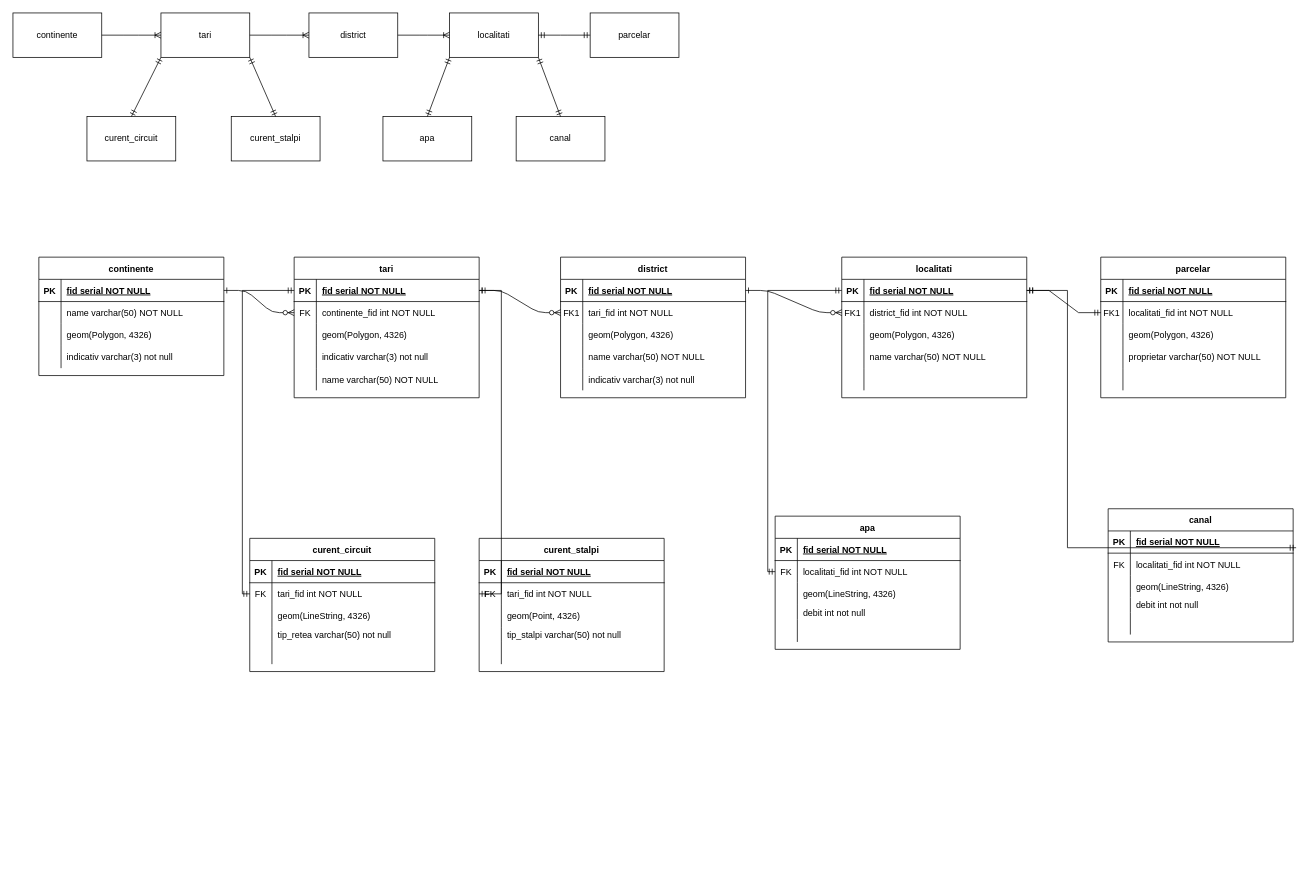
This is spatial_db.drawio from vitorjurj/Databases, a draw.io file, before an edit. Source tidied: cells renumbered, new cells numbered last; positions are measured from the earlier drawing's top-left corner, leaving out a move shared by most shapes. Both pictures are drawn from the tidied source at 74%, with x=0, y=0 at pixel (13, 13).
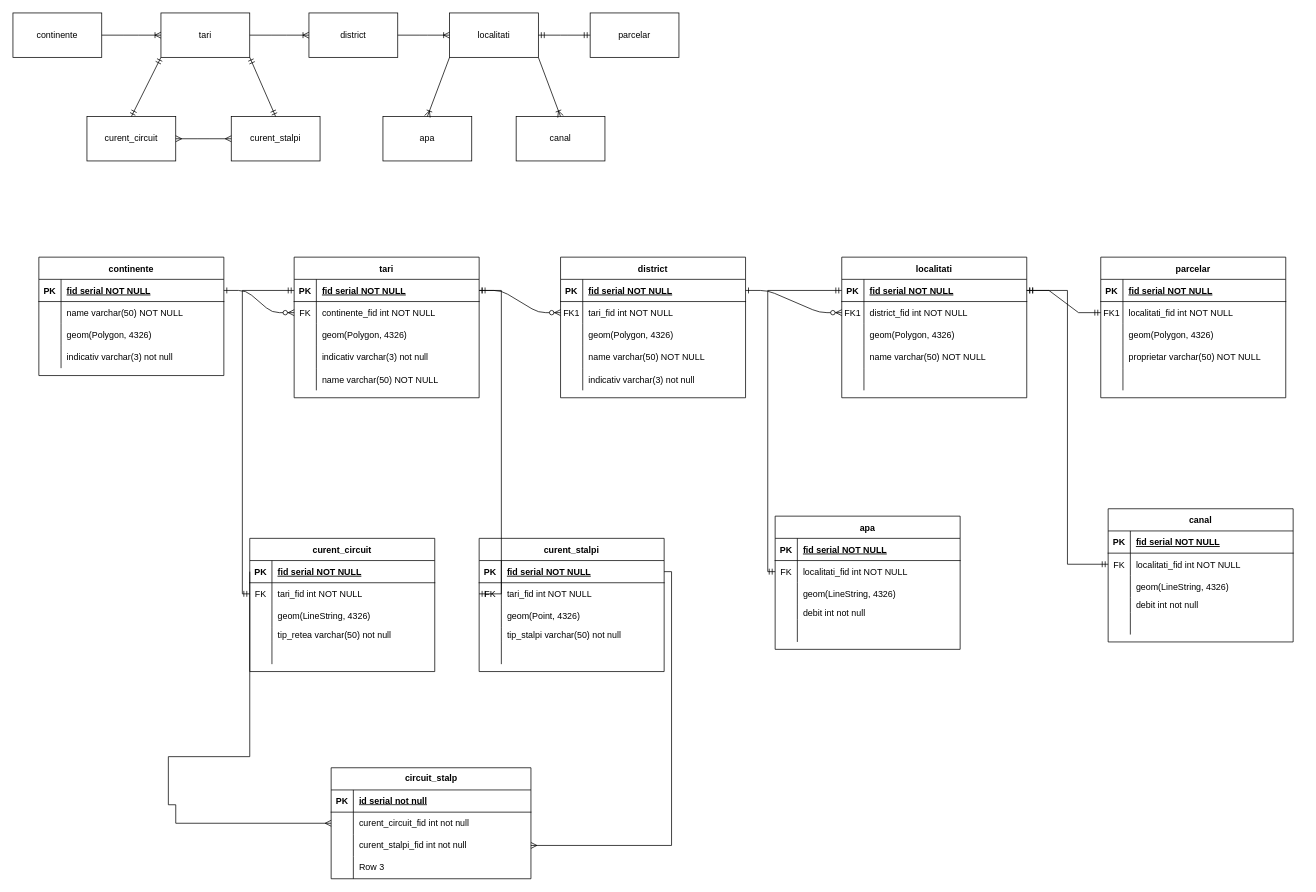
The same page after the edit.

The change refers to these unchanged cells:
```xml
<mxCell id="52" value="localitati" style="rounded=0;whiteSpace=wrap;html=1;" parent="1" vertex="1">
  <mxGeometry x="590" width="120" height="60" as="geometry" />
</mxCell>
<mxCell id="54" value="apa" style="rounded=0;whiteSpace=wrap;html=1;" parent="1" vertex="1">
  <mxGeometry x="500" y="140" width="120" height="60" as="geometry" />
</mxCell>
<mxCell id="56" value="canal" style="rounded=0;whiteSpace=wrap;html=1;" parent="1" vertex="1">
  <mxGeometry x="680" y="140" width="120" height="60" as="geometry" />
</mxCell>
<mxCell id="57" value="curent_circuit" style="rounded=0;whiteSpace=wrap;html=1;" parent="1" vertex="1">
  <mxGeometry x="100" y="140" width="120" height="60" as="geometry" />
</mxCell>
<mxCell id="58" value="curent_stalpi" style="rounded=0;whiteSpace=wrap;html=1;" parent="1" vertex="1">
  <mxGeometry x="295" y="140" width="120" height="60" as="geometry" />
</mxCell>
<mxCell id="67" style="shape=partialRectangle;fillColor=none;points=[[0,0.5],[1,0.5]];portConstraint=eastwest;top=0;left=0;right=0;bottom=1;" parent="66" vertex="1">
  <mxGeometry y="30" width="250" height="30" as="geometry" />
</mxCell>
<mxCell id="101" style="shape=partialRectangle;fillColor=none;points=[[0,0.5],[1,0.5]];portConstraint=eastwest;top=0;left=0;right=0;bottom=1;" parent="100" vertex="1">
  <mxGeometry y="30" width="250" height="30" as="geometry" />
</mxCell>
<mxCell id="117" style="shape=partialRectangle;fillColor=none;points=[[0,0.5],[1,0.5]];portConstraint=eastwest;top=0;left=0;right=0;bottom=1;" parent="116" vertex="1">
  <mxGeometry y="30" width="250" height="30" as="geometry" />
</mxCell>
<mxCell id="135" style="shape=partialRectangle;fillColor=none;points=[[0,0.5],[1,0.5]];portConstraint=eastwest;top=0;left=0;right=0;bottom=1;" parent="134" vertex="1">
  <mxGeometry y="30" width="250" height="30" as="geometry" />
</mxCell>
<mxCell id="138" style="shape=partialRectangle;fillColor=none;points=[[0,0.5],[1,0.5]];portConstraint=eastwest;top=0;left=0;right=0;bottom=0;" parent="134" vertex="1">
  <mxGeometry y="60" width="250" height="30" as="geometry" />
</mxCell>
```

What changed in the source:
```diff
@@
-    <mxCell id="62" style="fontSize=12;html=1;endArrow=ERmandOne;startArrow=ERmandOne;rounded=0;entryX=0;entryY=1;entryDx=0;entryDy=0;exitX=0.5;exitY=0;exitDx=0;exitDy=0;" parent="1" edge="1" source="54" target="52">
-      <mxGeometry relative="1" as="geometry" />
-    </mxCell>
-    <mxCell id="63" style="fontSize=12;html=1;endArrow=ERmandOne;startArrow=ERmandOne;rounded=0;entryX=1;entryY=1;entryDx=0;entryDy=0;exitX=0.5;exitY=0;exitDx=0;exitDy=0;" parent="1" edge="1" source="56" target="52">
-      <mxGeometry relative="1" as="geometry" />
-    </mxCell>
@@
-    <mxCell id="167" style="edgeStyle=orthogonalEdgeStyle;fontSize=12;html=1;endArrow=ERmandOne;startArrow=ERmandOne;rounded=0;entryX=1;entryY=0.5;entryDx=0;entryDy=0;exitX=1.016;exitY=0.756;exitDx=0;exitDy=0;elbow=vertical;exitPerimeter=0;" parent="1" edge="1" source="135" target="67">
+    <mxCell id="167" style="edgeStyle=orthogonalEdgeStyle;fontSize=12;html=1;endArrow=ERmandOne;startArrow=ERmandOne;rounded=0;entryX=1;entryY=0.5;entryDx=0;entryDy=0;exitX=0;exitY=0.5;exitDx=0;exitDy=0;elbow=vertical;" parent="1" edge="1" source="138" target="67">
       <mxGeometry relative="1" as="geometry" />
     </mxCell>
+    <mxCell id="168" style="fontSize=12;html=1;endArrow=ERoneToMany;rounded=0;exitX=0;exitY=1;exitDx=0;exitDy=0;entryX=0.5;entryY=0;entryDx=0;entryDy=0;" parent="1" edge="1" source="52" target="54">
+      <mxGeometry relative="1" as="geometry" />
+    </mxCell>
+    <mxCell id="169" style="fontSize=12;html=1;endArrow=ERoneToMany;rounded=0;exitX=1;exitY=1;exitDx=0;exitDy=0;entryX=0.5;entryY=0;entryDx=0;entryDy=0;" parent="1" edge="1" source="52" target="56">
+      <mxGeometry relative="1" as="geometry" />
+    </mxCell>
+    <mxCell id="170" value="circuit_stalp" style="shape=table;startSize=30;childLayout=tableLayout;rowLines=0;fontStyle=1;align=center;html=1;" parent="1" vertex="1">
+      <mxGeometry x="430" y="1020" width="270" height="150" as="geometry" />
+    </mxCell>
+    <mxCell id="171" style="shape=tableRow;horizontal=0;startSize=0;swimlaneHead=0;swimlaneBody=0;fillColor=none;top=0;left=0;right=0;bottom=1;" parent="170" vertex="1">
+      <mxGeometry y="30" width="270" height="30" as="geometry" />
+    </mxCell>
+    <mxCell id="172" value="PK" style="shape=partialRectangle;fillColor=none;top=0;left=0;bottom=0;right=0;fontStyle=1;overflow=hidden;whiteSpace=wrap;html=1;" parent="171" vertex="1">
+      <mxGeometry width="30" height="30" as="geometry" />
+    </mxCell>
+    <mxCell id="173" value="id serial not null" style="shape=partialRectangle;fillColor=none;top=0;left=0;bottom=0;right=0;align=left;spacingLeft=6;fontStyle=5;overflow=hidden;whiteSpace=wrap;html=1;" parent="171" vertex="1">
+      <mxGeometry x="30" width="240" height="30" as="geometry" />
+    </mxCell>
+    <mxCell id="174" style="shape=tableRow;horizontal=0;startSize=0;swimlaneHead=0;swimlaneBody=0;fillColor=none;points=[[0,0.5],[1,0.5]];portConstraint=eastwest;top=0;left=0;right=0;bottom=0;" parent="170" vertex="1">
+      <mxGeometry y="60" width="270" height="30" as="geometry" />
+    </mxCell>
+    <mxCell id="175" style="shape=partialRectangle;fillColor=none;top=0;left=0;bottom=0;right=0;overflow=hidden;whiteSpace=wrap;html=1;" parent="174" vertex="1">
+      <mxGeometry width="30" height="30" as="geometry" />
+    </mxCell>
+    <mxCell id="176" value="curent_circuit_fid int not null" style="shape=partialRectangle;fillColor=none;top=0;left=0;bottom=0;right=0;align=left;spacingLeft=6;overflow=hidden;whiteSpace=wrap;html=1;" parent="174" vertex="1">
+      <mxGeometry x="30" width="240" height="30" as="geometry" />
+    </mxCell>
+    <mxCell id="177" style="shape=tableRow;horizontal=0;startSize=0;swimlaneHead=0;swimlaneBody=0;fillColor=none;points=[[0,0.5],[1,0.5]];portConstraint=eastwest;top=0;left=0;right=0;bottom=0;" parent="170" vertex="1">
+      <mxGeometry y="90" width="270" height="30" as="geometry" />
+    </mxCell>
+    <mxCell id="178" style="shape=partialRectangle;fillColor=none;top=0;left=0;bottom=0;right=0;overflow=hidden;whiteSpace=wrap;html=1;" parent="177" vertex="1">
+      <mxGeometry width="30" height="30" as="geometry" />
+    </mxCell>
+    <mxCell id="179" value="curent_stalpi_fid int not null" style="shape=partialRectangle;fillColor=none;top=0;left=0;bottom=0;right=0;align=left;spacingLeft=6;overflow=hidden;whiteSpace=wrap;html=1;" parent="177" vertex="1">
+      <mxGeometry x="30" width="240" height="30" as="geometry" />
+    </mxCell>
+    <mxCell id="180" style="shape=tableRow;horizontal=0;startSize=0;swimlaneHead=0;swimlaneBody=0;fillColor=none;top=0;left=0;right=0;bottom=0;" parent="170" vertex="1">
+      <mxGeometry y="120" width="270" height="30" as="geometry" />
+    </mxCell>
+    <mxCell id="181" style="shape=partialRectangle;fillColor=none;top=0;left=0;bottom=0;right=0;overflow=hidden;whiteSpace=wrap;html=1;" parent="180" vertex="1">
+      <mxGeometry width="30" height="30" as="geometry" />
+    </mxCell>
+    <mxCell id="182" value="Row 3" style="shape=partialRectangle;fillColor=none;top=0;left=0;bottom=0;right=0;align=left;spacingLeft=6;overflow=hidden;whiteSpace=wrap;html=1;" parent="180" vertex="1">
+      <mxGeometry x="30" width="240" height="30" as="geometry" />
+    </mxCell>
+    <mxCell id="183" style="edgeStyle=orthogonalEdgeStyle;fontSize=12;html=1;endArrow=ERmany;rounded=0;entryX=0;entryY=0.5;entryDx=0;entryDy=0;exitX=0;exitY=0.5;exitDx=0;exitDy=0;" parent="1" edge="1" source="101" target="174">
+      <mxGeometry relative="1" as="geometry">
+        <Array as="points">
+          <mxPoint x="320" y="1005" />
+          <mxPoint x="210" y="1005" />
+          <mxPoint x="210" y="1070" />
+          <mxPoint x="220" y="1070" />
+          <mxPoint x="220" y="1095" />
+        </Array>
+      </mxGeometry>
+    </mxCell>
+    <mxCell id="184" style="edgeStyle=orthogonalEdgeStyle;fontSize=12;html=1;endArrow=ERmany;rounded=0;entryX=1;entryY=0.5;entryDx=0;entryDy=0;exitX=1;exitY=0.5;exitDx=0;exitDy=0;" parent="1" edge="1" source="117" target="177">
+      <mxGeometry relative="1" as="geometry" />
+    </mxCell>
+    <mxCell id="185" style="edgeStyle=entityRelationEdgeStyle;fontSize=12;html=1;endArrow=ERmany;startArrow=ERmany;rounded=0;entryX=0;entryY=0.5;entryDx=0;entryDy=0;" parent="1" edge="1" source="57" target="58">
+      <mxGeometry relative="1" as="geometry" />
+    </mxCell>
```
